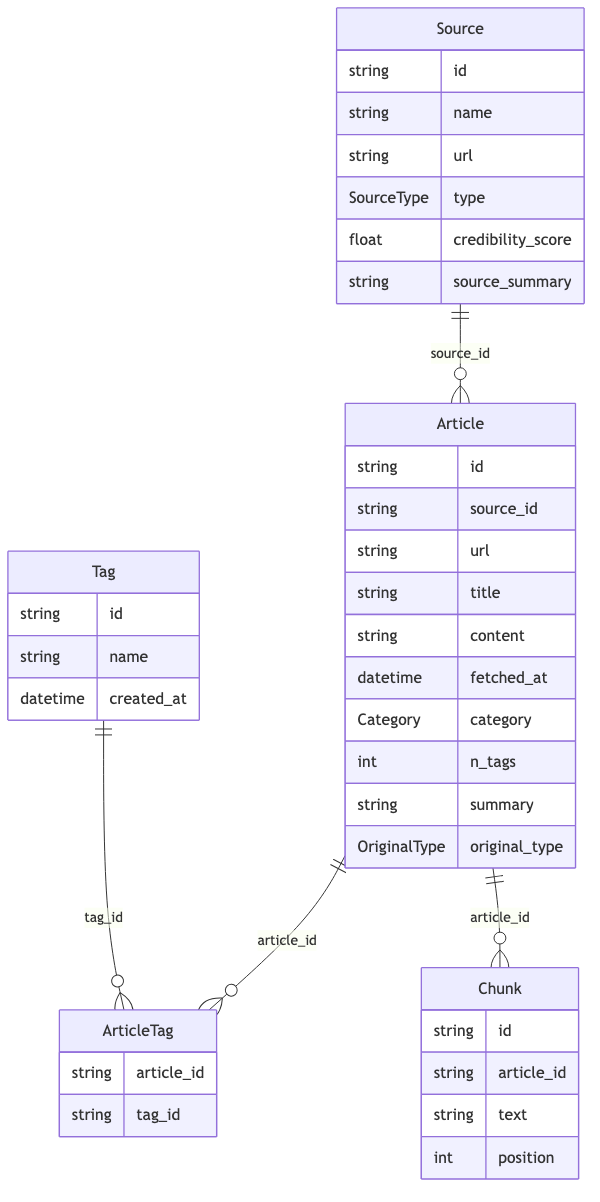
Above: docs/diagrams/models.png in AijingLI-KCLLP/tech-watch-agent (Mermaid), before the change. Its source is kept beside it as docs/diagrams/models.mmd.
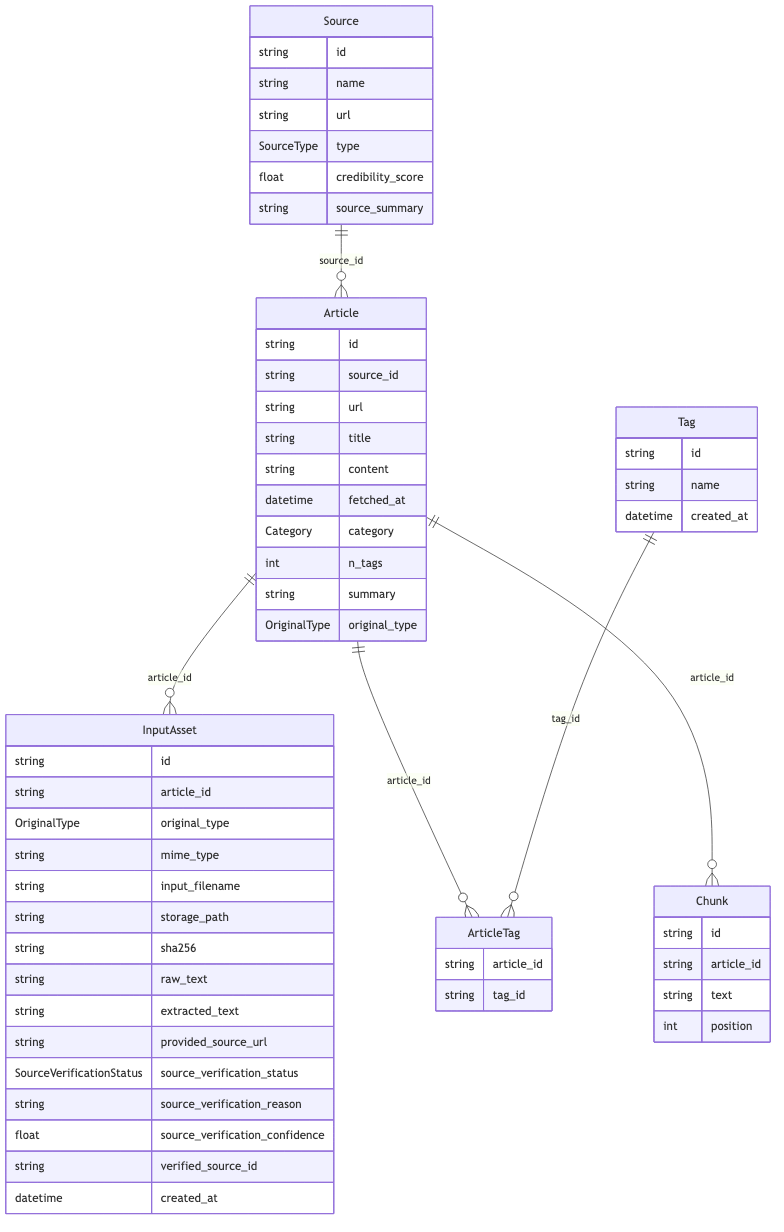
The same diagram one commit later.

Change to the diagram source:
```diff
@@ -21,6 +21,24 @@
         OriginalType original_type
     }
 
+    InputAsset {
+        string id
+        string article_id
+        OriginalType original_type
+        string mime_type
+        string input_filename
+        string storage_path
+        string sha256
+        string raw_text
+        string extracted_text
+        string provided_source_url
+        SourceVerificationStatus source_verification_status
+        string source_verification_reason
+        float source_verification_confidence
+        string verified_source_id
+        datetime created_at
+    }
+
     Tag {
         string id
         string name
@@ -40,6 +58,7 @@
     }
 
     Source ||--o{ Article : "source_id"
+    Article ||--o{ InputAsset : "article_id"
     Article ||--o{ ArticleTag : "article_id"
     Tag ||--o{ ArticleTag : "tag_id"
     Article ||--o{ Chunk : "article_id"
```
